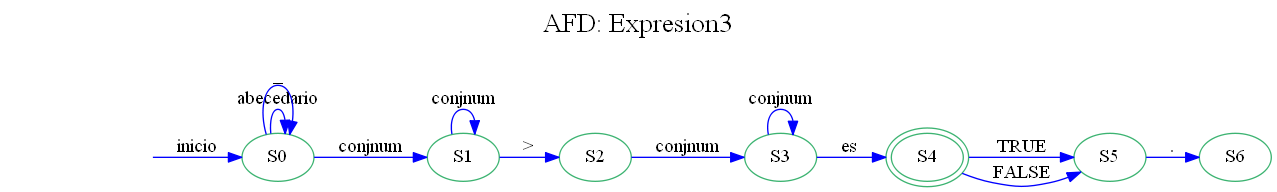
Earlier version of the Graphviz export OLC1_Practica1_201701133/AFD2.png (SelvinLP/-OLC1-Practica1_201701133). Its source is kept beside it as OLC1_Practica1_201701133/AFD2.dot.
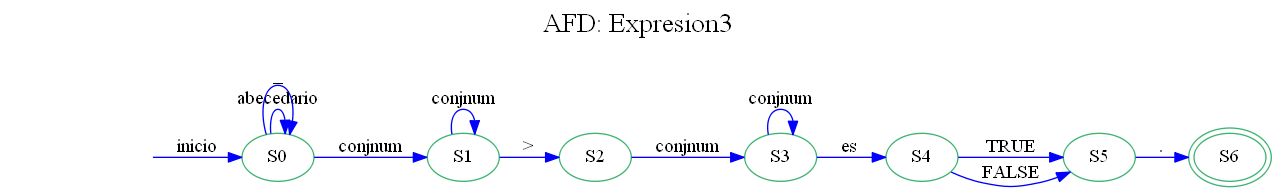
After the change.

Change to the diagram source:
```diff
@@ -7,7 +7,7 @@
 "S5"[ label=S5]
 "S6"[ label=S6]
 secret_node [style=invis];
-secret_node -> S0 [label="inicio"];S4[peripheries=2];
+secret_node -> S0 [label="inicio"];S6[peripheries=2];
 "S0"->"S0"[label="abecedario"];
 "S0"->"S0"[label="\_"];
 "S0"->"S1"[label="conjnum"];
```
